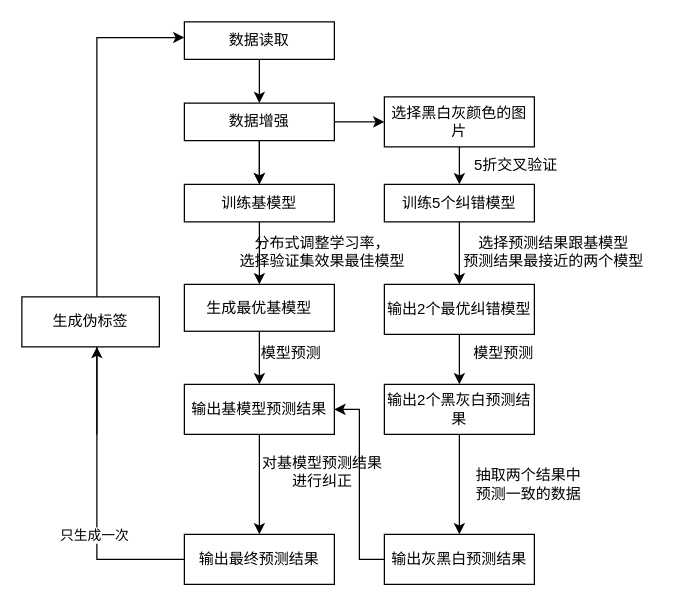
The draw.io diagram 未命名绘图.drawio in jiangyuanyuan1/invention, before the edit. Source tidied: cells renumbered, new cells numbered last; positions are measured from the earlier drawing's top-left corner, leaving out a move shared by most shapes. Both pictures are drawn from the tidied source at 125%, with x=0, y=0 at pixel (21, 21).
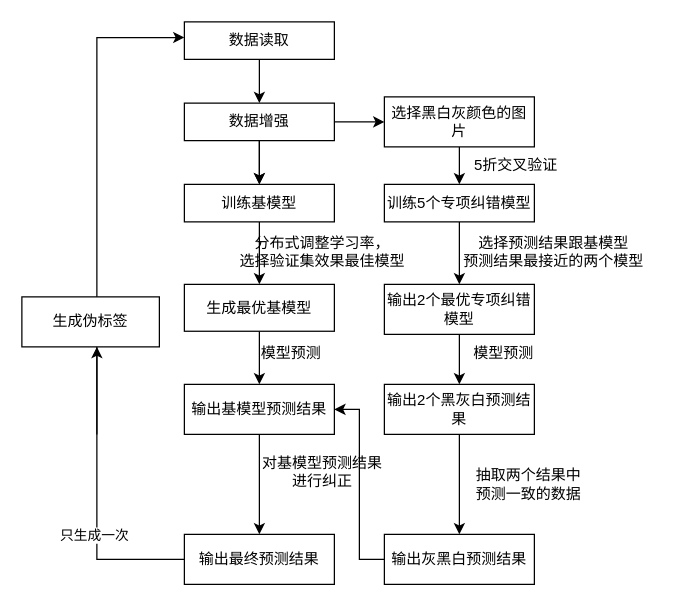
Above is the later version.

Commit message:
更新模型训练.drawio

The edit, as a diff of the source:
```diff
@@
-    <mxCell id="16" value="训练5个纠错模型" style="rounded=0;whiteSpace=wrap;html=1;" parent="1" vertex="1">
+    <mxCell id="16" value="训练5个专项纠错模型" style="rounded=0;whiteSpace=wrap;html=1;" parent="1" vertex="1">
       <mxGeometry x="290" y="130" width="120" height="30" as="geometry" />
     </mxCell>
@@
-    <mxCell id="18" value="输出2个最优纠错模型" style="rounded=0;whiteSpace=wrap;html=1;" parent="1" vertex="1">
+    <mxCell id="18" value="输出2个最优专项纠错模型" style="rounded=0;whiteSpace=wrap;html=1;" parent="1" vertex="1">
       <mxGeometry x="290" y="210" width="120" height="40" as="geometry" />
     </mxCell>
```
